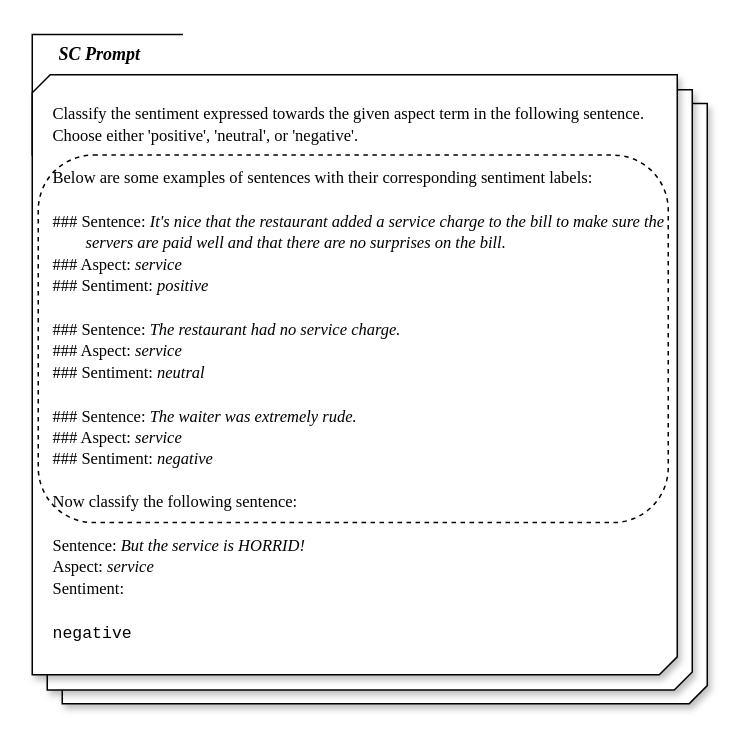
Before: SC_prompt.drawio in sara-kaczmarek/LLMB4ABSC, a draw.io diagram. Source tidied: cells renumbered, new cells numbered last; positions are measured from the earlier drawing's top-left corner, leaving out a move shared by most shapes. Both pictures are drawn from the tidied source at 150%, with x=0, y=0 at pixel (32, 27).
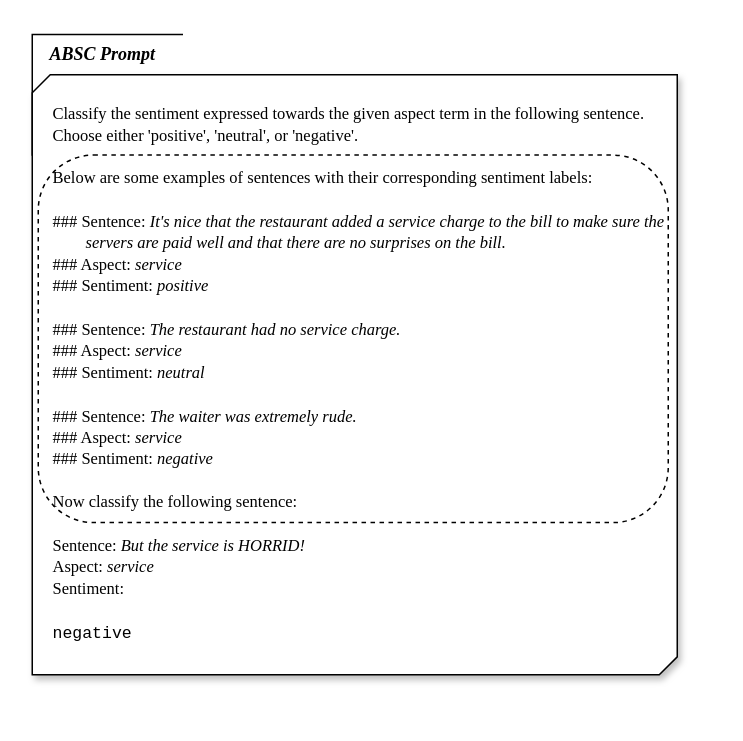
Above is the later version.

What changed in the source:
```diff
@@
 <mxGraphModel>
   <root>
     <mxCell id="0" />
     <mxCell id="1" parent="0" />
-    <mxCell id="2" style="verticalLabelPosition=bottom;verticalAlign=top;html=1;shape=mxgraph.basic.diag_snip_rect;dx=6;whiteSpace=wrap;shadow=1;" parent="1" vertex="1">
-      <mxGeometry x="20" y="50.5" width="430" height="400.1" as="geometry" />
-    </mxCell>
-    <mxCell id="3" style="verticalLabelPosition=bottom;verticalAlign=top;html=1;shape=mxgraph.basic.diag_snip_rect;dx=6;whiteSpace=wrap;shadow=1;" parent="1" vertex="1">
-      <mxGeometry x="10" y="41.4" width="430" height="400.1" as="geometry" />
-    </mxCell>
     <mxCell id="4" style="verticalLabelPosition=bottom;verticalAlign=top;html=1;shape=mxgraph.basic.diag_snip_rect;dx=6;whiteSpace=wrap;shadow=1;" parent="1" vertex="1">
       <mxGeometry y="31.3" width="430" height="400.1" as="geometry" />
     </mxCell>
     <mxCell id="5" style="shape=partialRectangle;whiteSpace=wrap;html=1;bottom=0;right=0;fillColor=none;" parent="1" vertex="1">
       <mxGeometry y="4.5" width="100" height="80.4" as="geometry" />
     </mxCell>
     <mxCell id="6" value="&lt;p style=&quot;&quot;&gt;&lt;br&gt;&lt;/p&gt;&lt;div style=&quot;&quot;&gt;&lt;span style=&quot;background-color: transparent;&quot;&gt;&lt;font face=&quot;Times New Roman&quot; style=&quot;font-size: 11px; color: light-dark(rgb(0, 0, 0), rgb(255, 255, 255));&quot;&gt;Classify the sentiment expressed towards the given aspect term in the following sentence.&amp;nbsp;&lt;/font&gt;&lt;/span&gt;&lt;/div&gt;&lt;div style=&quot;&quot;&gt;&lt;span style=&quot;background-color: transparent;&quot;&gt;&lt;font face=&quot;Times New Roman&quot; style=&quot;font-size: 11px; color: light-dark(rgb(0, 0, 0), rgb(255, 255, 255));&quot;&gt;Choose either 'positive', 'neutral', or 'negative'.&amp;nbsp;&lt;/font&gt;&lt;/span&gt;&lt;/div&gt;&lt;div style=&quot;&quot;&gt;&lt;br&gt;&lt;/div&gt;&lt;div style=&quot;&quot;&gt;&lt;font face=&quot;Times New Roman&quot;&gt;&lt;span style=&quot;font-size: 11px;&quot;&gt;Below are some examples of sentences with their corresponding sentiment labels:&lt;/span&gt;&lt;/font&gt;&lt;/div&gt;&lt;div style=&quot;&quot;&gt;&lt;br&gt;&lt;/div&gt;&lt;div style=&quot;&quot;&gt;&lt;font face=&quot;Times New Roman&quot;&gt;&lt;span style=&quot;font-size: 11px;&quot;&gt;### Sentence: &lt;i&gt;It's nice that the restaurant added a service charge to the bill to make sure the&amp;nbsp;&lt;/i&gt;&lt;/span&gt;&lt;/font&gt;&lt;/div&gt;&lt;div style=&quot;&quot;&gt;&lt;font face=&quot;Times New Roman&quot;&gt;&lt;span style=&quot;font-size: 11px;&quot;&gt;&lt;i&gt;&lt;span style=&quot;white-space: pre;&quot;&gt;&#9;&lt;/span&gt;servers are paid well and that there are no surprises on the bill.&lt;/i&gt;&lt;br&gt;&lt;/span&gt;&lt;/font&gt;&lt;/div&gt;&lt;div style=&quot;&quot;&gt;&lt;font face=&quot;Times New Roman&quot;&gt;&lt;span style=&quot;font-size: 11px;&quot;&gt;### Aspect: &lt;i&gt;service&amp;nbsp;&lt;/i&gt;&lt;/span&gt;&lt;/font&gt;&lt;/div&gt;&lt;div style=&quot;&quot;&gt;&lt;font face=&quot;Times New Roman&quot;&gt;&lt;span style=&quot;font-size: 11px;&quot;&gt;### Sentiment: &lt;i&gt;positive&lt;/i&gt;&lt;/span&gt;&lt;/font&gt;&lt;/div&gt;&lt;div style=&quot;&quot;&gt;&lt;font face=&quot;Times New Roman&quot;&gt;&lt;span style=&quot;font-size: 11px;&quot;&gt;&lt;br&gt;&lt;/span&gt;&lt;/font&gt;&lt;/div&gt;&lt;div style=&quot;&quot;&gt;&lt;div&gt;&lt;font face=&quot;Times New Roman&quot;&gt;&lt;span style=&quot;font-size: 11px;&quot;&gt;### Sentence: &lt;i&gt;The restaurant had no service charge.&amp;nbsp;&lt;/i&gt;&lt;/span&gt;&lt;/font&gt;&lt;/div&gt;&lt;div&gt;&lt;font face=&quot;Times New Roman&quot;&gt;&lt;span style=&quot;font-size: 11px;&quot;&gt;### Aspect:&lt;i&gt; service&lt;/i&gt;&lt;/span&gt;&lt;/font&gt;&lt;/div&gt;&lt;div&gt;&lt;font face=&quot;Times New Roman&quot;&gt;&lt;span style=&quot;font-size: 11px;&quot;&gt;### Sentiment: &lt;i&gt;neutral&lt;/i&gt;&lt;/span&gt;&lt;/font&gt;&lt;/div&gt;&lt;div&gt;&lt;font face=&quot;Times New Roman&quot;&gt;&lt;span style=&quot;font-size: 11px;&quot;&gt;&lt;br&gt;&lt;/span&gt;&lt;/font&gt;&lt;/div&gt;&lt;div&gt;&lt;div&gt;&lt;font face=&quot;Times New Roman&quot;&gt;&lt;span style=&quot;font-size: 11px;&quot;&gt;### Sentence: &lt;i&gt;The waiter was extremely rude.&amp;nbsp;&lt;/i&gt;&lt;/span&gt;&lt;/font&gt;&lt;/div&gt;&lt;div&gt;&lt;font face=&quot;Times New Roman&quot;&gt;&lt;span style=&quot;font-size: 11px;&quot;&gt;### Aspect: &lt;i&gt;service&lt;/i&gt;&lt;/span&gt;&lt;/font&gt;&lt;/div&gt;&lt;/div&gt;&lt;div&gt;&lt;font face=&quot;Times New Roman&quot;&gt;&lt;span style=&quot;font-size: 11px;&quot;&gt;### Sentiment: &lt;i&gt;negative&lt;/i&gt;&lt;/span&gt;&lt;/font&gt;&lt;/div&gt;&lt;div&gt;&lt;font face=&quot;Times New Roman&quot;&gt;&lt;span style=&quot;font-size: 11px;&quot;&gt;&lt;br&gt;&lt;/span&gt;&lt;/font&gt;&lt;/div&gt;&lt;div&gt;&lt;font face=&quot;Times New Roman&quot;&gt;&lt;span style=&quot;font-size: 11px;&quot;&gt;Now classify the following sentence:&lt;/span&gt;&lt;/font&gt;&lt;/div&gt;&lt;div&gt;&lt;font face=&quot;Times New Roman&quot;&gt;&lt;span style=&quot;font-size: 11px;&quot;&gt;&lt;br&gt;&lt;/span&gt;&lt;/font&gt;&lt;/div&gt;&lt;div&gt;&lt;div&gt;&lt;font face=&quot;Times New Roman&quot;&gt;&lt;span style=&quot;font-size: 11px;&quot;&gt;Sentence: &lt;i&gt;But the service is HORRID!&lt;/i&gt;&lt;/span&gt;&lt;/font&gt;&lt;/div&gt;&lt;div&gt;&lt;font face=&quot;Times New Roman&quot;&gt;&lt;span style=&quot;font-size: 11px;&quot;&gt;Aspect:&lt;i&gt; service&lt;/i&gt;&lt;/span&gt;&lt;/font&gt;&lt;/div&gt;&lt;/div&gt;&lt;/div&gt;&lt;div style=&quot;&quot;&gt;&lt;font face=&quot;Times New Roman&quot;&gt;&lt;span style=&quot;font-size: 11px;&quot;&gt;Sentiment:&lt;/span&gt;&lt;/font&gt;&lt;/div&gt;&lt;div&gt;&lt;br&gt;&lt;/div&gt;&lt;div&gt;&lt;font style=&quot;color: light-dark(rgb(0, 0, 0), rgb(255, 255, 255));&quot; face=&quot;Courier New&quot;&gt;&lt;font style=&quot;font-size: 11px;&quot;&gt;negative&lt;/font&gt;&lt;br&gt;&lt;/font&gt;&lt;div&gt;&lt;br&gt;&lt;/div&gt;&lt;/div&gt;" style="text;html=1;align=left;verticalAlign=middle;strokeColor=none;fillColor=none;shadow=1;" parent="1" vertex="1">
       <mxGeometry x="12" y="2.5" width="430" height="430" as="geometry" />
     </mxCell>
-    <mxCell id="7" value="&lt;b&gt;&lt;i&gt;&lt;font face=&quot;Times New Roman&quot;&gt;SC Prompt&lt;/font&gt;&lt;/i&gt;&lt;/b&gt;" style="text;strokeColor=none;align=left;fillColor=none;html=1;verticalAlign=middle;whiteSpace=wrap;rounded=0;" parent="1" vertex="1">
-      <mxGeometry x="16" width="99" height="35.8" as="geometry" />
+    <mxCell id="7" value="&lt;b&gt;&lt;i&gt;&lt;font face=&quot;Times New Roman&quot;&gt;ABSC Prompt&lt;/font&gt;&lt;/i&gt;&lt;/b&gt;" style="text;strokeColor=none;align=left;fillColor=none;html=1;verticalAlign=middle;whiteSpace=wrap;rounded=0;" parent="1" vertex="1">
+      <mxGeometry x="10" width="99" height="35.8" as="geometry" />
     </mxCell>
     <mxCell id="8" style="rounded=1;whiteSpace=wrap;html=1;dashed=1;fillColor=none;glass=0;perimeterSpacing=10;shadow=0;" parent="1" vertex="1">
       <mxGeometry x="4" y="84.9" width="420" height="245" as="geometry" />
     </mxCell>
   </root>
 </mxGraphModel>
```
